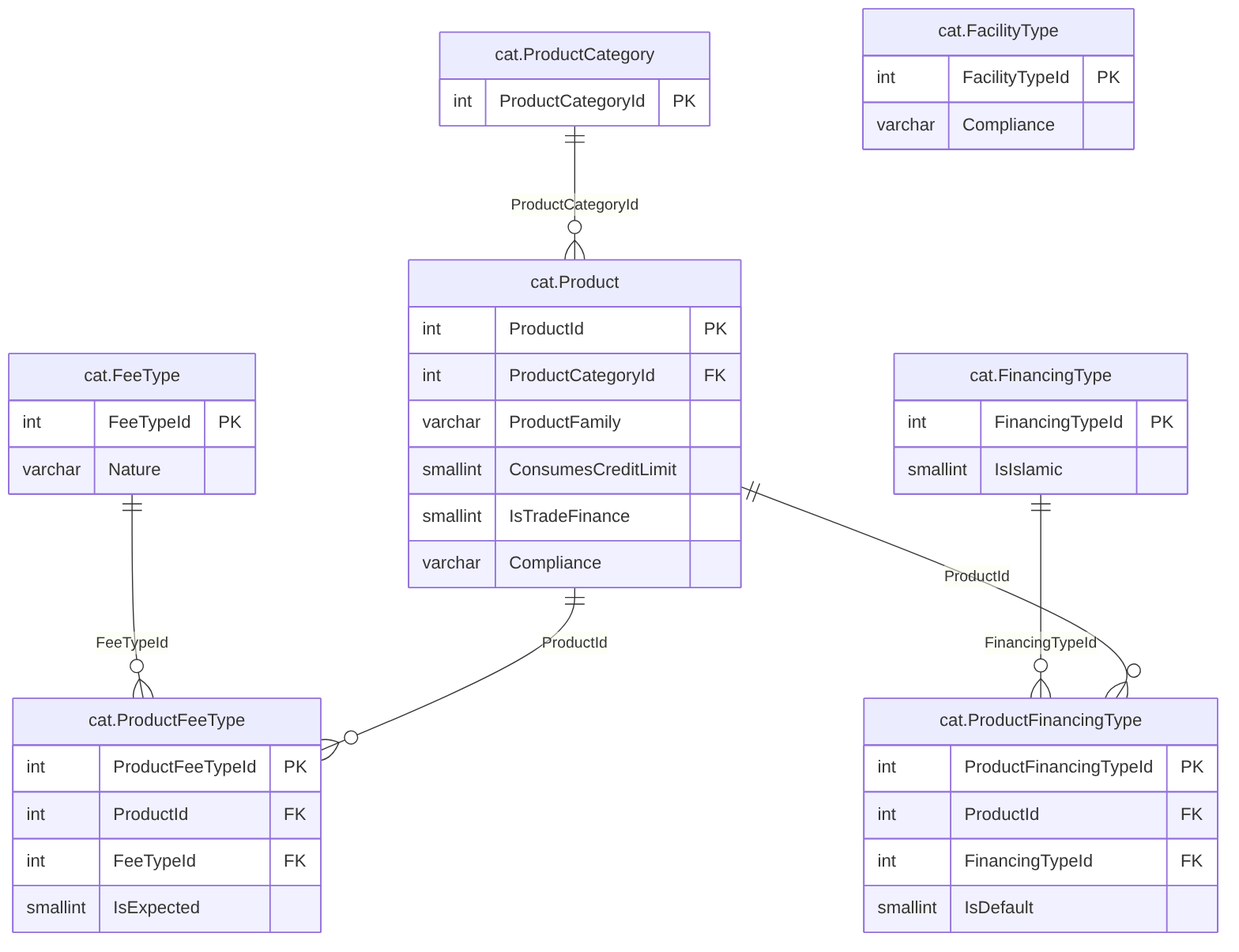
Before: treasury-platform/docs/diagrams/erd/m4_products_1.png, a diagram exported from Mermaid (thawrasy/smartlines). Its source is kept beside it as treasury-platform/docs/diagrams/erd/m4_products_1.mmd.
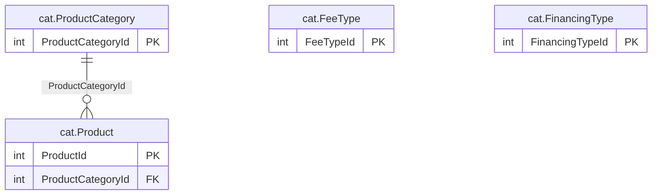
The same diagram one commit later.

Change to the diagram source:
```diff
@@ -5,37 +5,11 @@
   cat_Product["cat.Product"] {
     int ProductId PK
     int ProductCategoryId FK
-    varchar ProductFamily
-    smallint ConsumesCreditLimit
-    smallint IsTradeFinance
-    varchar Compliance
   }
   cat_FeeType["cat.FeeType"] {
     int FeeTypeId PK
-    varchar Nature
   }
   cat_FinancingType["cat.FinancingType"] {
     int FinancingTypeId PK
-    smallint IsIslamic
   }
-  cat_ProductFeeType["cat.ProductFeeType"] {
-    int ProductFeeTypeId PK
-    int ProductId FK
-    int FeeTypeId FK
-    smallint IsExpected
-  }
-  cat_ProductFinancingType["cat.ProductFinancingType"] {
-    int ProductFinancingTypeId PK
-    int ProductId FK
-    int FinancingTypeId FK
-    smallint IsDefault
-  }
-  cat_FacilityType["cat.FacilityType"] {
-    int FacilityTypeId PK
-    varchar Compliance
-  }
-  cat_FeeType ||--o{ cat_ProductFeeType : "FeeTypeId"
-  cat_FinancingType ||--o{ cat_ProductFinancingType : "FinancingTypeId"
-  cat_Product ||--o{ cat_ProductFeeType : "ProductId"
-  cat_Product ||--o{ cat_ProductFinancingType : "ProductId"
   cat_ProductCategory ||--o{ cat_Product : "ProductCategoryId"
```
